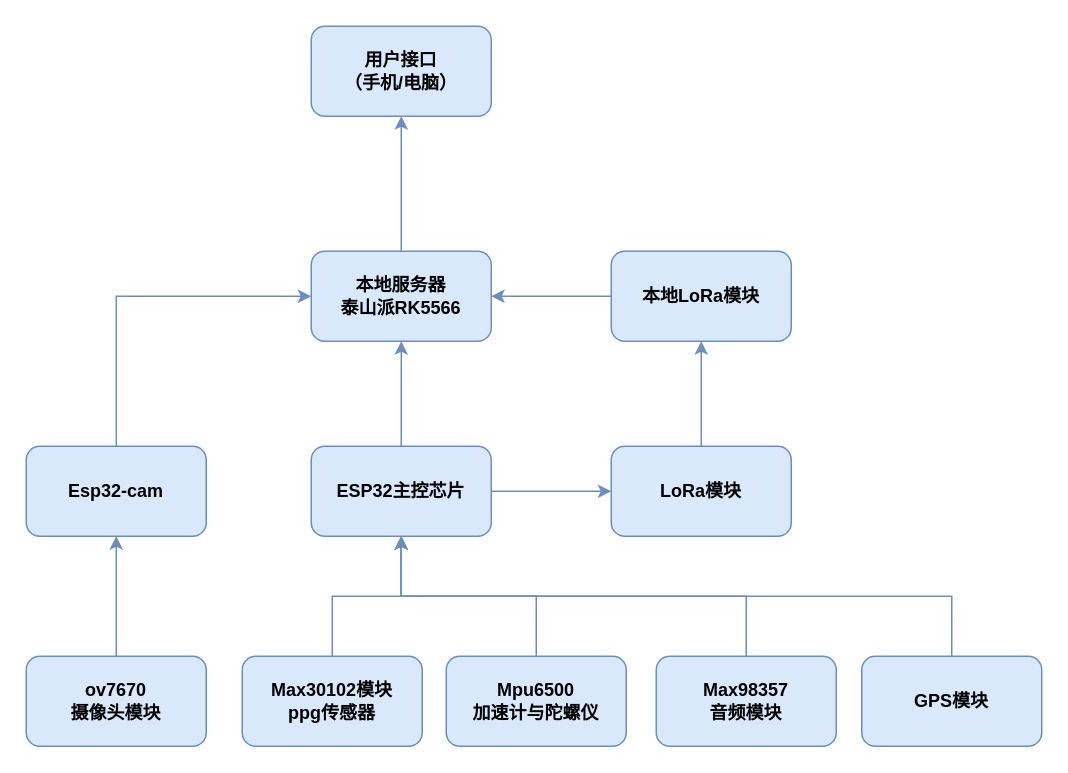
Earlier version of the draw.io diagram 系统总体架构图.drawio (LokiAnder/ardupilot). Source tidied: cells renumbered, new cells numbered last; positions are measured from the earlier drawing's top-left corner, leaving out a move shared by most shapes. Both pictures are drawn from the tidied source at 150%, with x=0, y=0 at pixel (26, 26).
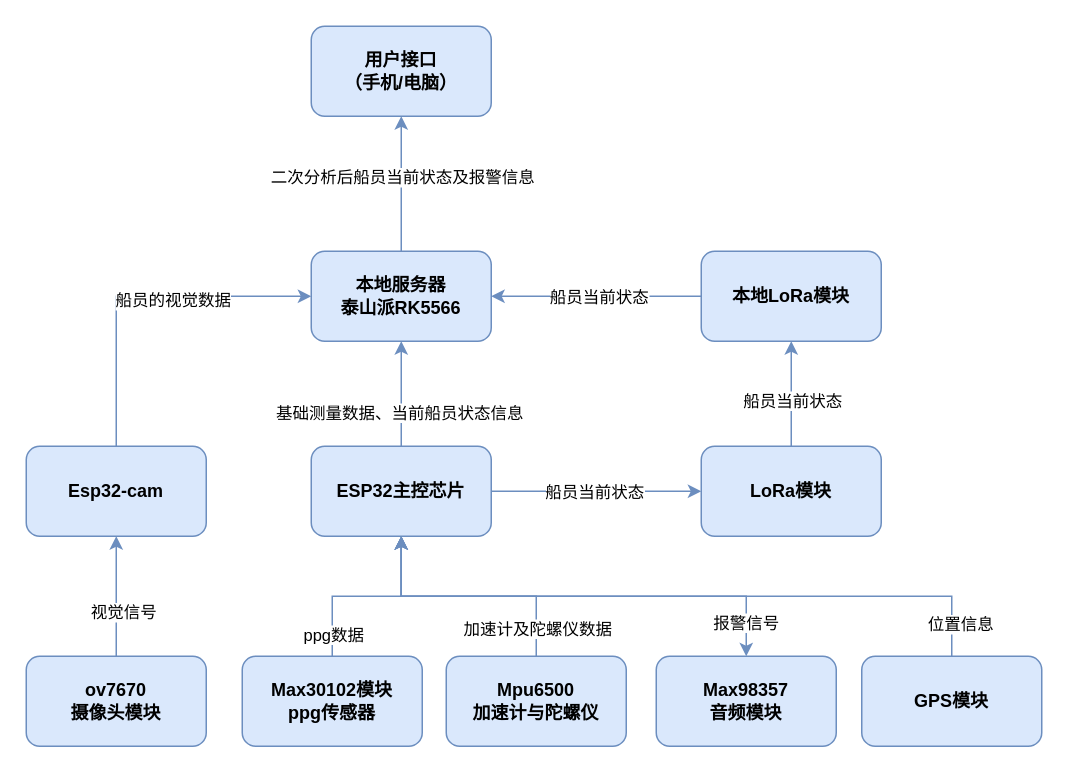
The same page after the edit.

Commit message (it also covers changes not shown here):
更新系统总体架构图.drawio

Unchanged cells that the change refers to:
```xml
<mxCell id="3" style="edgeStyle=orthogonalEdgeStyle;rounded=0;jettySize=auto;html=1;fillColor=#dae8fc;strokeColor=#6C8EBF;fontStyle=1;" parent="1" edge="1" source="4" target="2">
  <mxGeometry relative="1" as="geometry" />
</mxCell>
<mxCell id="5" style="edgeStyle=orthogonalEdgeStyle;rounded=0;jettySize=auto;html=1;exitX=0.5;exitY=0;exitDx=0;exitDy=0;entryX=0.5;entryY=1;entryDx=0;entryDy=0;fillColor=#dae8fc;strokeColor=#6C8EBF;fontStyle=1;" parent="1" edge="1" source="7" target="4">
  <mxGeometry relative="1" as="geometry" />
</mxCell>
<mxCell id="6" style="edgeStyle=orthogonalEdgeStyle;rounded=0;jettySize=auto;html=1;fillColor=#dae8fc;strokeColor=#6C8EBF;fontStyle=1;" parent="1" edge="1" source="7" target="11">
  <mxGeometry relative="1" as="geometry" />
</mxCell>
<mxCell id="7" value="ESP32主控芯片" style="rounded=1;whiteSpace=wrap;html=1;fillColor=#dae8fc;strokeColor=#6C8EBF;fontStyle=1;" parent="1" vertex="1">
  <mxGeometry x="190" y="280" width="120" height="60" as="geometry" />
</mxCell>
<mxCell id="8" style="edgeStyle=orthogonalEdgeStyle;rounded=0;jettySize=auto;html=1;exitX=0.5;exitY=0;exitDx=0;exitDy=0;entryX=0;entryY=0.5;entryDx=0;entryDy=0;fillColor=#dae8fc;strokeColor=#6C8EBF;fontStyle=1;" parent="1" edge="1" source="9" target="4">
  <mxGeometry relative="1" as="geometry" />
</mxCell>
<mxCell id="10" style="edgeStyle=orthogonalEdgeStyle;rounded=0;jettySize=auto;html=1;fillColor=#dae8fc;strokeColor=#6C8EBF;fontStyle=1;" parent="1" edge="1" source="11" target="13">
  <mxGeometry relative="1" as="geometry" />
</mxCell>
<mxCell id="12" style="edgeStyle=orthogonalEdgeStyle;rounded=0;jettySize=auto;html=1;fillColor=#dae8fc;strokeColor=#6C8EBF;fontStyle=1;" parent="1" edge="1" source="13" target="4">
  <mxGeometry relative="1" as="geometry" />
</mxCell>
<mxCell id="14" style="edgeStyle=orthogonalEdgeStyle;rounded=0;jettySize=auto;html=1;exitX=0.5;exitY=0;exitDx=0;exitDy=0;entryX=0.5;entryY=1;entryDx=0;entryDy=0;fillColor=#dae8fc;strokeColor=#6C8EBF;fontStyle=1;" parent="1" edge="1" source="15" target="7">
  <mxGeometry relative="1" as="geometry" />
</mxCell>
<mxCell id="16" style="edgeStyle=orthogonalEdgeStyle;rounded=0;jettySize=auto;html=1;fillColor=#dae8fc;strokeColor=#6C8EBF;fontStyle=1;" parent="1" edge="1" source="17" target="7">
  <mxGeometry relative="1" as="geometry" />
</mxCell>
<mxCell id="18" style="edgeStyle=orthogonalEdgeStyle;rounded=0;jettySize=auto;html=1;fillColor=#dae8fc;strokeColor=#6C8EBF;fontStyle=1;" parent="1" edge="1" source="19" target="9">
  <mxGeometry relative="1" as="geometry" />
</mxCell>
<mxCell id="21" value="Max98357&lt;br&gt;&lt;div&gt;音频模块&lt;/div&gt;" style="rounded=1;whiteSpace=wrap;html=1;fillColor=#dae8fc;strokeColor=#6C8EBF;fontStyle=1;" parent="1" vertex="1">
  <mxGeometry x="420" y="420" width="120" height="60" as="geometry" />
</mxCell>
<mxCell id="22" style="edgeStyle=orthogonalEdgeStyle;rounded=0;jettySize=auto;html=1;entryX=0.5;entryY=1;entryDx=0;entryDy=0;fillColor=#dae8fc;strokeColor=#6C8EBF;fontStyle=1;" parent="1" edge="1" source="23" target="7">
  <mxGeometry relative="1" as="geometry">
    <Array as="points">
      <mxPoint x="617" y="380" />
      <mxPoint x="250" y="380" />
    </Array>
  </mxGeometry>
</mxCell>
```

The edit, as a diff of the source:
```diff
@@
+    <mxCell id="24" value="二次分析后船员当前状态及报警信息" style="edgeLabel;html=1;align=center;verticalAlign=middle;" parent="3" vertex="1">
+      <mxGeometry x="0.29" y="-2" relative="1" as="geometry">
+        <mxPoint x="-2" y="8" as="offset" />
+      </mxGeometry>
+    </mxCell>
@@
+    <mxCell id="25" value="基础测量数据、当前船员状态信息" style="edgeLabel;html=1;align=center;verticalAlign=middle;" parent="5" vertex="1">
+      <mxGeometry x="-0.34" y="2" relative="1" as="geometry" />
+    </mxCell>
@@
+    <mxCell id="26" value="船员当前状态" style="edgeLabel;html=1;align=center;verticalAlign=middle;" parent="6" vertex="1">
+      <mxGeometry x="-0.03" relative="1" as="geometry" />
+    </mxCell>
@@
+    <mxCell id="27" value="船员的视觉数据" style="edgeLabel;html=1;align=center;verticalAlign=middle;" parent="8" vertex="1">
+      <mxGeometry x="0.19" y="-2" relative="1" as="geometry" />
+    </mxCell>
@@
+    <mxCell id="28" value="船员当前状态" style="edgeLabel;html=1;align=center;verticalAlign=middle;" parent="10" vertex="1">
+      <mxGeometry x="-0.11" relative="1" as="geometry" />
+    </mxCell>
     <mxCell id="11" value="LoRa模块" style="rounded=1;whiteSpace=wrap;html=1;fillColor=#dae8fc;strokeColor=#6C8EBF;fontStyle=1;" parent="1" vertex="1">
-      <mxGeometry x="390" y="280" width="120" height="60" as="geometry" />
+      <mxGeometry x="450" y="280" width="120" height="60" as="geometry" />
     </mxCell>
@@
+    <mxCell id="29" value="船员当前状态" style="edgeLabel;html=1;align=center;verticalAlign=middle;" parent="12" vertex="1">
+      <mxGeometry x="-0.38" y="2" relative="1" as="geometry">
+        <mxPoint x="-26" y="-2" as="offset" />
+      </mxGeometry>
+    </mxCell>
     <mxCell id="13" value="本地LoRa模块" style="whiteSpace=wrap;html=1;rounded=1;fillColor=#dae8fc;strokeColor=#6C8EBF;fontStyle=1;" parent="1" vertex="1">
-      <mxGeometry x="390" y="150" width="120" height="60" as="geometry" />
+      <mxGeometry x="450" y="150" width="120" height="60" as="geometry" />
     </mxCell>
@@
+    <mxCell id="30" value="ppg数据" style="edgeLabel;html=1;align=center;verticalAlign=middle;" parent="14" vertex="1">
+      <mxGeometry x="-0.76" relative="1" as="geometry" />
+    </mxCell>
@@
+    <mxCell id="31" value="加速计及陀螺仪数据" style="edgeLabel;html=1;align=center;verticalAlign=middle;" parent="16" vertex="1">
+      <mxGeometry x="-0.78" relative="1" as="geometry" />
+    </mxCell>
@@
+    <mxCell id="32" value="视觉信号" style="edgeLabel;html=1;align=center;verticalAlign=middle;" parent="18" vertex="1">
+      <mxGeometry x="-0.25" y="-4" relative="1" as="geometry" />
+    </mxCell>
@@
-    <mxCell id="20" style="edgeStyle=orthogonalEdgeStyle;rounded=0;jettySize=auto;html=1;fillColor=#dae8fc;strokeColor=#6C8EBF;fontStyle=1;" parent="1" edge="1" source="21" target="7">
+    <mxCell id="20" style="edgeStyle=orthogonalEdgeStyle;rounded=0;jettySize=auto;html=1;fillColor=#dae8fc;strokeColor=#6c8ebf;fontStyle=1;startArrow=classic;startFill=1;" parent="1" edge="1" source="21" target="7">
       <mxGeometry relative="1" as="geometry">
         <Array as="points">
           <mxPoint x="480" y="380" />
           <mxPoint x="250" y="380" />
         </Array>
       </mxGeometry>
     </mxCell>
+    <mxCell id="33" value="报警信号" style="edgeLabel;html=1;align=center;verticalAlign=middle;" parent="20" vertex="1">
+      <mxGeometry x="-0.85" y="1" relative="1" as="geometry" />
+    </mxCell>
@@
+    <mxCell id="34" value="位置信息" style="edgeLabel;html=1;align=center;verticalAlign=middle;" parent="22" vertex="1">
+      <mxGeometry x="-0.9" y="-5" relative="1" as="geometry" />
+    </mxCell>
```
